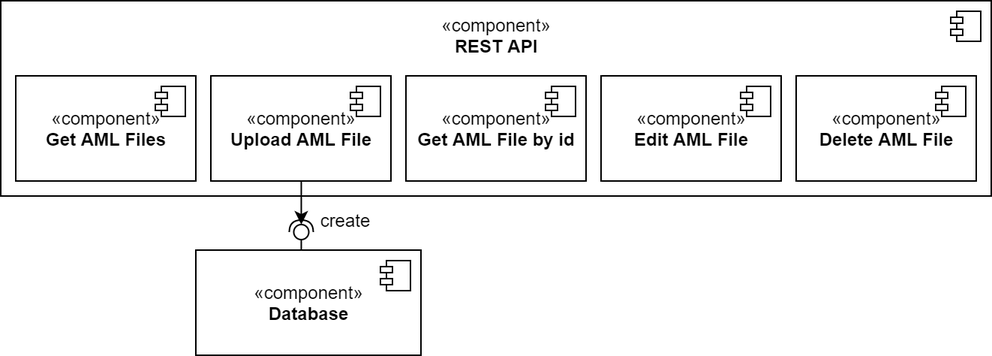
Earlier version of the draw.io export PROJECT/MODs (Modul Documentations)/assets/components_REST_API_SUB2.png (NurNils/aml-nosql-database-management). Source tidied: cells renumbered, new cells last; positions are measured from the earlier drawing's top-left corner, leaving out a move shared by most shapes. The source it was exported from:
```xml
<mxGraphModel>
  <root>
    <mxCell id="0" />
    <mxCell id="1" parent="0" />
    <mxCell id="2" style="shape=module;jettyWidth=8;jettyHeight=4;" parent="1" vertex="1">
      <mxGeometry x="393" y="2" width="20" height="20" as="geometry" />
    </mxCell>
    <mxCell id="3" style="group;" parent="1" vertex="1">
      <mxGeometry width="660" height="170" as="geometry" />
    </mxCell>
    <mxCell id="4" value="«component»&lt;br&gt;&lt;b&gt;REST API&lt;br&gt;&lt;br&gt;&lt;br&gt;&lt;br&gt;&lt;br&gt;&lt;br&gt;&lt;br&gt;&lt;/b&gt;" style="html=1;" parent="3" vertex="1">
      <mxGeometry width="660" height="130" as="geometry" />
    </mxCell>
    <mxCell id="5" style="shape=module;jettyWidth=8;jettyHeight=4;" parent="4" vertex="1">
      <mxGeometry x="1" width="20" height="20" relative="1" as="geometry">
        <mxPoint x="-27" y="7" as="offset" />
      </mxGeometry>
    </mxCell>
    <mxCell id="6" style="group;rotation=-90;" parent="3" vertex="1">
      <mxGeometry x="141.2" y="126" width="77.5" height="10" as="geometry" />
    </mxCell>
    <mxCell id="7" style="rounded=0;jettySize=auto;html=1;endArrow=halfCircle;endFill=0;entryX=0.5;entryY=0.5;entryDx=0;entryDy=0;endSize=6;strokeWidth=1;" parent="6" edge="1" target="8">
      <mxGeometry relative="1" as="geometry">
        <mxPoint x="59" y="16" as="sourcePoint" />
      </mxGeometry>
    </mxCell>
    <mxCell id="8" style="ellipse;whiteSpace=wrap;html=1;fontFamily=Helvetica;fontSize=12;fontColor=#000000;align=center;strokeColor=#000000;fillColor=#ffffff;points=[];rotation=-90;" parent="6" vertex="1">
      <mxGeometry x="54" y="23" width="10" height="10" as="geometry" />
    </mxCell>
    <mxCell id="9" style="rounded=0;jettySize=auto;html=1;endArrow=none;endFill=0;" parent="6" edge="1" target="8">
      <mxGeometry relative="1" as="geometry">
        <mxPoint x="59" y="44" as="sourcePoint" />
      </mxGeometry>
    </mxCell>
    <mxCell id="10" style="endArrow=classic;html=1;" parent="6" edge="1">
      <mxGeometry relative="1" as="geometry">
        <mxPoint x="59" y="-26" as="sourcePoint" />
        <mxPoint x="59" y="23" as="targetPoint" />
      </mxGeometry>
    </mxCell>
    <mxCell id="11" value="«component»&lt;br&gt;&lt;b&gt;Get AML Files&lt;/b&gt;" style="html=1;" parent="3" vertex="1">
      <mxGeometry x="10" y="50" width="120" height="70" as="geometry" />
    </mxCell>
    <mxCell id="12" style="shape=module;jettyWidth=8;jettyHeight=4;" parent="11" vertex="1">
      <mxGeometry x="1" width="20" height="20" relative="1" as="geometry">
        <mxPoint x="-27" y="7" as="offset" />
      </mxGeometry>
    </mxCell>
    <mxCell id="13" value="«component»&lt;br&gt;&lt;b&gt;Upload AML File&lt;/b&gt;" style="html=1;" parent="3" vertex="1">
      <mxGeometry x="140" y="50" width="120" height="70" as="geometry" />
    </mxCell>
    <mxCell id="14" style="shape=module;jettyWidth=8;jettyHeight=4;" parent="13" vertex="1">
      <mxGeometry x="1" width="20" height="20" relative="1" as="geometry">
        <mxPoint x="-27" y="7" as="offset" />
      </mxGeometry>
    </mxCell>
    <mxCell id="15" value="«component»&lt;br&gt;&lt;b&gt;Get AML File by id&lt;/b&gt;" style="html=1;" parent="3" vertex="1">
      <mxGeometry x="270" y="50" width="120" height="70" as="geometry" />
    </mxCell>
    <mxCell id="16" style="shape=module;jettyWidth=8;jettyHeight=4;" parent="15" vertex="1">
      <mxGeometry x="1" width="20" height="20" relative="1" as="geometry">
        <mxPoint x="-27" y="7" as="offset" />
      </mxGeometry>
    </mxCell>
    <mxCell id="17" value="«component»&lt;br&gt;&lt;b&gt;Edit AML File&lt;/b&gt;" style="html=1;" parent="3" vertex="1">
      <mxGeometry x="400" y="50" width="120" height="70" as="geometry" />
    </mxCell>
    <mxCell id="18" style="shape=module;jettyWidth=8;jettyHeight=4;" parent="17" vertex="1">
      <mxGeometry x="1" width="20" height="20" relative="1" as="geometry">
        <mxPoint x="-27" y="7" as="offset" />
      </mxGeometry>
    </mxCell>
    <mxCell id="19" value="«component»&lt;br&gt;&lt;b&gt;Delete AML File&lt;/b&gt;" style="html=1;" parent="3" vertex="1">
      <mxGeometry x="530" y="50" width="120" height="70" as="geometry" />
    </mxCell>
    <mxCell id="20" style="shape=module;jettyWidth=8;jettyHeight=4;" parent="19" vertex="1">
      <mxGeometry x="1" width="20" height="20" relative="1" as="geometry">
        <mxPoint x="-27" y="7" as="offset" />
      </mxGeometry>
    </mxCell>
    <mxCell id="21" value="create" style="text;html=1;strokeColor=none;fillColor=none;align=center;verticalAlign=middle;whiteSpace=wrap;rounded=0;" parent="3" vertex="1">
      <mxGeometry x="210" y="136" width="40" height="20" as="geometry" />
    </mxCell>
    <mxCell id="22" value="«component»&lt;br&gt;&lt;b&gt;Database&lt;/b&gt;" style="html=1;" parent="1" vertex="1">
      <mxGeometry x="130" y="166" width="150" height="70" as="geometry" />
    </mxCell>
    <mxCell id="23" style="shape=module;jettyWidth=8;jettyHeight=4;" parent="22" vertex="1">
      <mxGeometry x="1" width="20" height="20" relative="1" as="geometry">
        <mxPoint x="-27" y="7" as="offset" />
      </mxGeometry>
    </mxCell>
  </root>
</mxGraphModel>
```
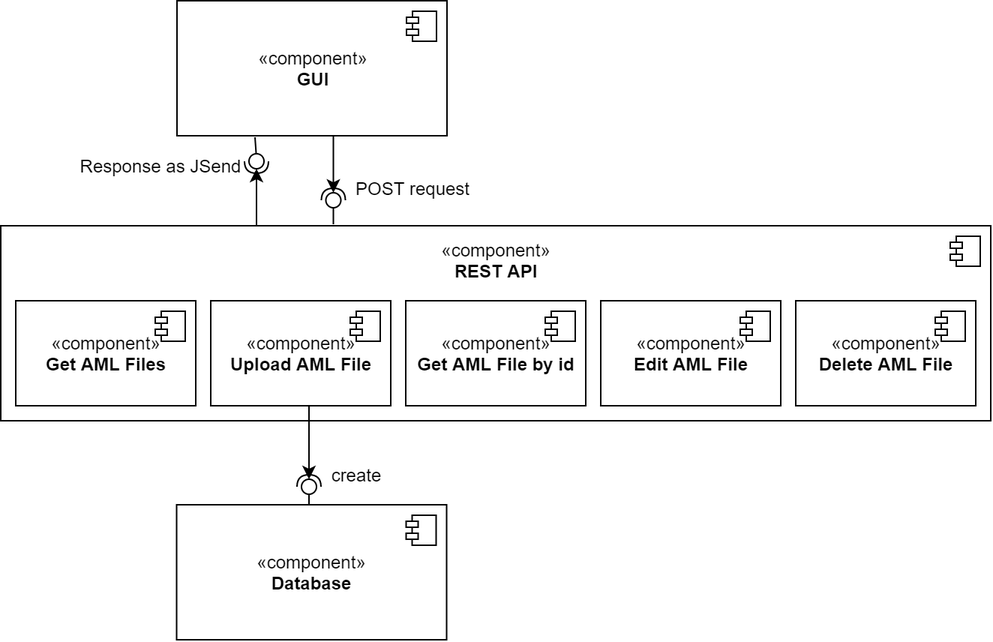
After the commit.

Commit message:
Updated component diagrams

What changed in the source:
```diff
@@ -2,92 +2,150 @@
   <root>
     <mxCell id="0" />
     <mxCell id="1" parent="0" />
-    <mxCell id="2" style="shape=module;jettyWidth=8;jettyHeight=4;" parent="1" vertex="1">
-      <mxGeometry x="393" y="2" width="20" height="20" as="geometry" />
-    </mxCell>
-    <mxCell id="3" style="group;" parent="1" vertex="1">
-      <mxGeometry width="660" height="170" as="geometry" />
-    </mxCell>
+    <mxCell id="24" style="group;rotation=90;" parent="1" vertex="1">
+      <mxGeometry x="252.8" y="-45" width="77.5" height="10" as="geometry" />
+    </mxCell>
+    <mxCell id="25" style="rounded=0;jettySize=auto;html=1;endArrow=none;endFill=0;" parent="24" edge="1" target="27">
+      <mxGeometry relative="1" as="geometry">
+        <mxPoint x="-70.5" y="-34" as="sourcePoint" />
+      </mxGeometry>
+    </mxCell>
+    <mxCell id="26" style="rounded=0;jettySize=auto;html=1;endArrow=halfCircle;endFill=0;entryX=0.5;entryY=0.5;entryDx=0;entryDy=0;endSize=6;strokeWidth=1;" parent="24" edge="1" target="27">
+      <mxGeometry relative="1" as="geometry">
+        <mxPoint x="-69.5" y="-6" as="sourcePoint" />
+      </mxGeometry>
+    </mxCell>
+    <mxCell id="27" style="ellipse;whiteSpace=wrap;html=1;fontFamily=Helvetica;fontSize=12;fontColor=#000000;align=center;strokeColor=#000000;fillColor=#ffffff;points=[];rotation=90;" parent="24" vertex="1">
+      <mxGeometry x="-74.5" y="-23" width="10" height="10" as="geometry" />
+    </mxCell>
+    <mxCell id="28" style="endArrow=classic;html=1;" parent="24" edge="1">
+      <mxGeometry relative="1" as="geometry">
+        <mxPoint x="-69.5" y="36" as="sourcePoint" />
+        <mxPoint x="-69.5" y="-13" as="targetPoint" />
+      </mxGeometry>
+    </mxCell>
+    <mxCell id="29" style="group;rotation=-90;" parent="1" vertex="1">
+      <mxGeometry x="195.6" y="-65" width="77.5" height="10" as="geometry" />
+    </mxCell>
+    <mxCell id="30" style="rounded=0;jettySize=auto;html=1;endArrow=none;endFill=0;" parent="29" edge="1" target="32">
+      <mxGeometry relative="1" as="geometry">
+        <mxPoint x="39" y="44" as="sourcePoint" />
+      </mxGeometry>
+    </mxCell>
+    <mxCell id="31" style="rounded=0;jettySize=auto;html=1;endArrow=halfCircle;endFill=0;entryX=0.5;entryY=0.5;entryDx=0;entryDy=0;endSize=6;strokeWidth=1;" parent="29" edge="1" target="32">
+      <mxGeometry relative="1" as="geometry">
+        <mxPoint x="39" y="16" as="sourcePoint" />
+      </mxGeometry>
+    </mxCell>
+    <mxCell id="32" style="ellipse;whiteSpace=wrap;html=1;fontFamily=Helvetica;fontSize=12;fontColor=#000000;align=center;strokeColor=#000000;fillColor=#ffffff;points=[];rotation=-90;" parent="29" vertex="1">
+      <mxGeometry x="34" y="23" width="10" height="10" as="geometry" />
+    </mxCell>
+    <mxCell id="33" style="endArrow=classic;html=1;" parent="29" edge="1">
+      <mxGeometry relative="1" as="geometry">
+        <mxPoint x="39" y="-26" as="sourcePoint" />
+        <mxPoint x="39" y="23" as="targetPoint" />
+      </mxGeometry>
+    </mxCell>
+    <mxCell id="34" value="Response as JSend" style="text;html=1;strokeColor=none;fillColor=none;align=center;verticalAlign=middle;whiteSpace=wrap;rounded=0;" parent="1" vertex="1">
+      <mxGeometry x="64.3" y="-70" width="110" height="20" as="geometry" />
+    </mxCell>
+    <mxCell id="35" style="shape=module;jettyWidth=8;jettyHeight=4;" parent="1" vertex="1">
+      <mxGeometry x="405.8" y="-18" width="20" height="20" as="geometry" />
+    </mxCell>
+    <mxCell id="36" value="POST request" style="text;html=1;strokeColor=none;fillColor=none;align=center;verticalAlign=middle;whiteSpace=wrap;rounded=0;" parent="1" vertex="1">
+      <mxGeometry x="244.3" y="-55" width="86" height="20" as="geometry" />
+    </mxCell>
+    <mxCell id="37" style="group;" parent="1" vertex="1">
+      <mxGeometry x="12.8" y="-20" width="660" height="176" as="geometry" />
+    </mxCell>
-    <mxCell id="4" value="«component»&lt;br&gt;&lt;b&gt;REST API&lt;br&gt;&lt;br&gt;&lt;br&gt;&lt;br&gt;&lt;br&gt;&lt;br&gt;&lt;br&gt;&lt;/b&gt;" style="html=1;" parent="3" vertex="1">
+    <mxCell id="4" value="«component»&lt;br&gt;&lt;b&gt;REST API&lt;br&gt;&lt;br&gt;&lt;br&gt;&lt;br&gt;&lt;br&gt;&lt;br&gt;&lt;br&gt;&lt;/b&gt;" style="html=1;" parent="37" vertex="1">
       <mxGeometry width="660" height="130" as="geometry" />
     </mxCell>
-    <mxCell id="5" style="shape=module;jettyWidth=8;jettyHeight=4;" parent="4" vertex="1">
-      <mxGeometry x="1" width="20" height="20" relative="1" as="geometry">
-        <mxPoint x="-27" y="7" as="offset" />
-      </mxGeometry>
-    </mxCell>
-    <mxCell id="6" style="group;rotation=-90;" parent="3" vertex="1">
-      <mxGeometry x="141.2" y="126" width="77.5" height="10" as="geometry" />
-    </mxCell>
-    <mxCell id="7" style="rounded=0;jettySize=auto;html=1;endArrow=halfCircle;endFill=0;entryX=0.5;entryY=0.5;entryDx=0;entryDy=0;endSize=6;strokeWidth=1;" parent="6" edge="1" target="8">
-      <mxGeometry relative="1" as="geometry">
-        <mxPoint x="59" y="16" as="sourcePoint" />
-      </mxGeometry>
-    </mxCell>
-    <mxCell id="8" style="ellipse;whiteSpace=wrap;html=1;fontFamily=Helvetica;fontSize=12;fontColor=#000000;align=center;strokeColor=#000000;fillColor=#ffffff;points=[];rotation=-90;" parent="6" vertex="1">
-      <mxGeometry x="54" y="23" width="10" height="10" as="geometry" />
-    </mxCell>
-    <mxCell id="9" style="rounded=0;jettySize=auto;html=1;endArrow=none;endFill=0;" parent="6" edge="1" target="8">
-      <mxGeometry relative="1" as="geometry">
-        <mxPoint x="59" y="44" as="sourcePoint" />
-      </mxGeometry>
-    </mxCell>
-    <mxCell id="10" style="endArrow=classic;html=1;" parent="6" edge="1">
-      <mxGeometry relative="1" as="geometry">
-        <mxPoint x="59" y="-26" as="sourcePoint" />
-        <mxPoint x="59" y="23" as="targetPoint" />
-      </mxGeometry>
-    </mxCell>
+    <mxCell id="38" style="shape=module;jettyWidth=8;jettyHeight=4;" parent="4" vertex="1">
+      <mxGeometry x="1" width="20" height="20" relative="1" as="geometry">
+        <mxPoint x="-27" y="7" as="offset" />
+      </mxGeometry>
+    </mxCell>
-    <mxCell id="11" value="«component»&lt;br&gt;&lt;b&gt;Get AML Files&lt;/b&gt;" style="html=1;" parent="3" vertex="1">
+    <mxCell id="11" value="«component»&lt;br&gt;&lt;b&gt;Get AML Files&lt;/b&gt;" style="html=1;" parent="37" vertex="1">
       <mxGeometry x="10" y="50" width="120" height="70" as="geometry" />
     </mxCell>
-    <mxCell id="12" style="shape=module;jettyWidth=8;jettyHeight=4;" parent="11" vertex="1">
-      <mxGeometry x="1" width="20" height="20" relative="1" as="geometry">
-        <mxPoint x="-27" y="7" as="offset" />
-      </mxGeometry>
-    </mxCell>
+    <mxCell id="39" style="shape=module;jettyWidth=8;jettyHeight=4;" parent="11" vertex="1">
+      <mxGeometry x="1" width="20" height="20" relative="1" as="geometry">
+        <mxPoint x="-27" y="7" as="offset" />
+      </mxGeometry>
+    </mxCell>
-    <mxCell id="13" value="«component»&lt;br&gt;&lt;b&gt;Upload AML File&lt;/b&gt;" style="html=1;" parent="3" vertex="1">
+    <mxCell id="13" value="«component»&lt;br&gt;&lt;b&gt;Upload AML File&lt;/b&gt;" style="html=1;" parent="37" vertex="1">
       <mxGeometry x="140" y="50" width="120" height="70" as="geometry" />
     </mxCell>
-    <mxCell id="14" style="shape=module;jettyWidth=8;jettyHeight=4;" parent="13" vertex="1">
-      <mxGeometry x="1" width="20" height="20" relative="1" as="geometry">
-        <mxPoint x="-27" y="7" as="offset" />
-      </mxGeometry>
-    </mxCell>
+    <mxCell id="40" style="shape=module;jettyWidth=8;jettyHeight=4;" parent="13" vertex="1">
+      <mxGeometry x="1" width="20" height="20" relative="1" as="geometry">
+        <mxPoint x="-27" y="7" as="offset" />
+      </mxGeometry>
+    </mxCell>
-    <mxCell id="15" value="«component»&lt;br&gt;&lt;b&gt;Get AML File by id&lt;/b&gt;" style="html=1;" parent="3" vertex="1">
+    <mxCell id="15" value="«component»&lt;br&gt;&lt;b&gt;Get AML File by id&lt;/b&gt;" style="html=1;" parent="37" vertex="1">
       <mxGeometry x="270" y="50" width="120" height="70" as="geometry" />
     </mxCell>
-    <mxCell id="16" style="shape=module;jettyWidth=8;jettyHeight=4;" parent="15" vertex="1">
-      <mxGeometry x="1" width="20" height="20" relative="1" as="geometry">
-        <mxPoint x="-27" y="7" as="offset" />
-      </mxGeometry>
-    </mxCell>
+    <mxCell id="41" style="shape=module;jettyWidth=8;jettyHeight=4;" parent="15" vertex="1">
+      <mxGeometry x="1" width="20" height="20" relative="1" as="geometry">
+        <mxPoint x="-27" y="7" as="offset" />
+      </mxGeometry>
+    </mxCell>
-    <mxCell id="17" value="«component»&lt;br&gt;&lt;b&gt;Edit AML File&lt;/b&gt;" style="html=1;" parent="3" vertex="1">
+    <mxCell id="17" value="«component»&lt;br&gt;&lt;b&gt;Edit AML File&lt;/b&gt;" style="html=1;" parent="37" vertex="1">
       <mxGeometry x="400" y="50" width="120" height="70" as="geometry" />
     </mxCell>
-    <mxCell id="18" style="shape=module;jettyWidth=8;jettyHeight=4;" parent="17" vertex="1">
-      <mxGeometry x="1" width="20" height="20" relative="1" as="geometry">
-        <mxPoint x="-27" y="7" as="offset" />
-      </mxGeometry>
-    </mxCell>
+    <mxCell id="42" style="shape=module;jettyWidth=8;jettyHeight=4;" parent="17" vertex="1">
+      <mxGeometry x="1" width="20" height="20" relative="1" as="geometry">
+        <mxPoint x="-27" y="7" as="offset" />
+      </mxGeometry>
+    </mxCell>
-    <mxCell id="19" value="«component»&lt;br&gt;&lt;b&gt;Delete AML File&lt;/b&gt;" style="html=1;" parent="3" vertex="1">
+    <mxCell id="19" value="«component»&lt;br&gt;&lt;b&gt;Delete AML File&lt;/b&gt;" style="html=1;" parent="37" vertex="1">
       <mxGeometry x="530" y="50" width="120" height="70" as="geometry" />
     </mxCell>
-    <mxCell id="20" style="shape=module;jettyWidth=8;jettyHeight=4;" parent="19" vertex="1">
-      <mxGeometry x="1" width="20" height="20" relative="1" as="geometry">
-        <mxPoint x="-27" y="7" as="offset" />
-      </mxGeometry>
-    </mxCell>
+    <mxCell id="43" style="shape=module;jettyWidth=8;jettyHeight=4;" parent="19" vertex="1">
+      <mxGeometry x="1" width="20" height="20" relative="1" as="geometry">
+        <mxPoint x="-27" y="7" as="offset" />
+      </mxGeometry>
+    </mxCell>
+    <mxCell id="44" style="group;rotation=-90;" parent="37" vertex="1">
+      <mxGeometry x="166.5" y="146" width="77.5" height="10" as="geometry" />
+    </mxCell>
+    <mxCell id="45" style="rounded=0;jettySize=auto;html=1;endArrow=none;endFill=0;" parent="44" edge="1" target="47">
+      <mxGeometry relative="1" as="geometry">
+        <mxPoint x="39" y="44" as="sourcePoint" />
+      </mxGeometry>
+    </mxCell>
+    <mxCell id="46" style="rounded=0;jettySize=auto;html=1;endArrow=halfCircle;endFill=0;entryX=0.5;entryY=0.5;entryDx=0;entryDy=0;endSize=6;strokeWidth=1;" parent="44" edge="1" target="47">
+      <mxGeometry relative="1" as="geometry">
+        <mxPoint x="39" y="16" as="sourcePoint" />
+      </mxGeometry>
+    </mxCell>
+    <mxCell id="47" style="ellipse;whiteSpace=wrap;html=1;fontFamily=Helvetica;fontSize=12;fontColor=#000000;align=center;strokeColor=#000000;fillColor=#ffffff;points=[];rotation=-90;" parent="44" vertex="1">
+      <mxGeometry x="34" y="23" width="10" height="10" as="geometry" />
+    </mxCell>
+    <mxCell id="48" style="endArrow=classic;html=1;" parent="44" edge="1">
+      <mxGeometry relative="1" as="geometry">
+        <mxPoint x="39" y="-26" as="sourcePoint" />
+        <mxPoint x="39" y="23" as="targetPoint" />
+      </mxGeometry>
+    </mxCell>
-    <mxCell id="21" value="create" style="text;html=1;strokeColor=none;fillColor=none;align=center;verticalAlign=middle;whiteSpace=wrap;rounded=0;" parent="3" vertex="1">
-      <mxGeometry x="210" y="136" width="40" height="20" as="geometry" />
+    <mxCell id="21" value="create" style="text;html=1;strokeColor=none;fillColor=none;align=center;verticalAlign=middle;whiteSpace=wrap;rounded=0;" parent="37" vertex="1">
+      <mxGeometry x="215.2" y="156" width="44.8" height="20" as="geometry" />
     </mxCell>
     <mxCell id="22" value="«component»&lt;br&gt;&lt;b&gt;Database&lt;/b&gt;" style="html=1;" parent="1" vertex="1">
-      <mxGeometry x="130" y="166" width="150" height="70" as="geometry" />
+      <mxGeometry x="130.1" y="166" width="180" height="90" as="geometry" />
     </mxCell>
-    <mxCell id="23" style="shape=module;jettyWidth=8;jettyHeight=4;" parent="22" vertex="1">
-      <mxGeometry x="1" width="20" height="20" relative="1" as="geometry">
-        <mxPoint x="-27" y="7" as="offset" />
-      </mxGeometry>
-    </mxCell>
+    <mxCell id="49" style="shape=module;jettyWidth=8;jettyHeight=4;" parent="22" vertex="1">
+      <mxGeometry x="1" width="20" height="20" relative="1" as="geometry">
+        <mxPoint x="-27" y="7" as="offset" />
+      </mxGeometry>
+    </mxCell>
+    <mxCell id="50" value="«component»&lt;br&gt;&lt;b&gt;GUI&lt;/b&gt;" style="html=1;" parent="1" vertex="1">
+      <mxGeometry x="130.3" y="-170" width="180" height="90" as="geometry" />
+    </mxCell>
+    <mxCell id="51" style="shape=module;jettyWidth=8;jettyHeight=4;" parent="50" vertex="1">
+      <mxGeometry x="1" width="20" height="20" relative="1" as="geometry">
+        <mxPoint x="-27" y="7" as="offset" />
+      </mxGeometry>
+    </mxCell>
   </root>
 </mxGraphModel>
```
